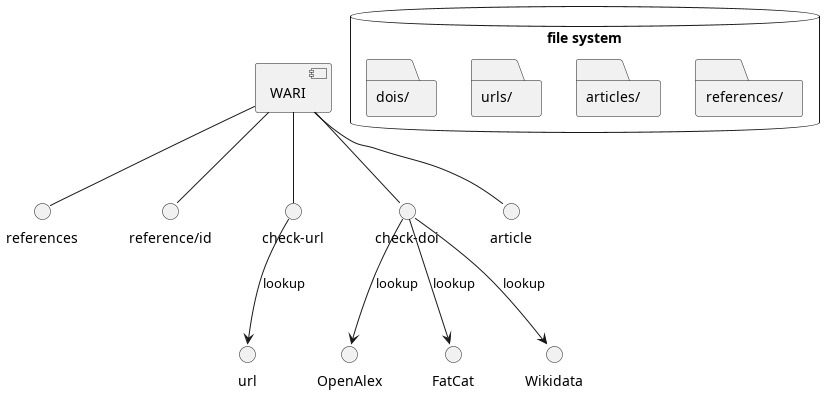
The PlantUML diagram diagrams/wari/components.png in internetarchive/iari, before a commit.
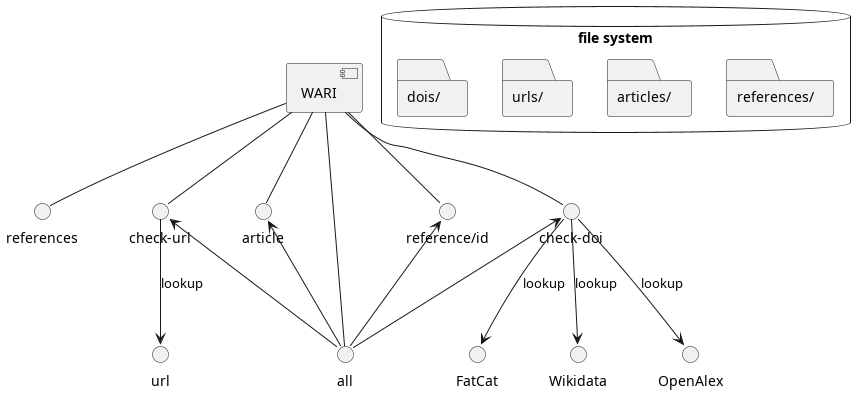
After the change.

What changed in the source:
```diff
@@ -9,7 +9,11 @@
 "check-doi" --> OpenAlex : lookup
 "check-doi" --> FatCat : lookup
 "check-doi" --> Wikidata : lookup
-
+[WARI] -- all
+"reference/id" <-- all
+"check-doi" <-- all
+"check-url" <-- all
+"article" <-- all
 
 database "file system" {
 
```
